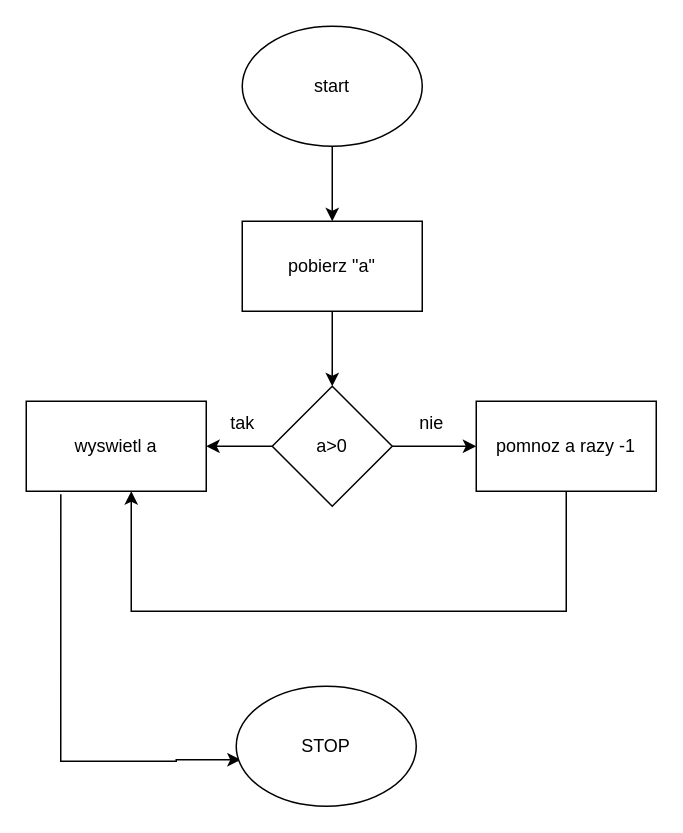
Earlier version of the draw.io diagram wartość.bezwzględna.drawio (cozpek/Algorytmy). Source tidied: cells renumbered, new cells numbered last; positions are measured from the earlier drawing's top-left corner, leaving out a move shared by most shapes. Both pictures are drawn from the tidied source at 150%, with x=0, y=0 at pixel (26, 26).
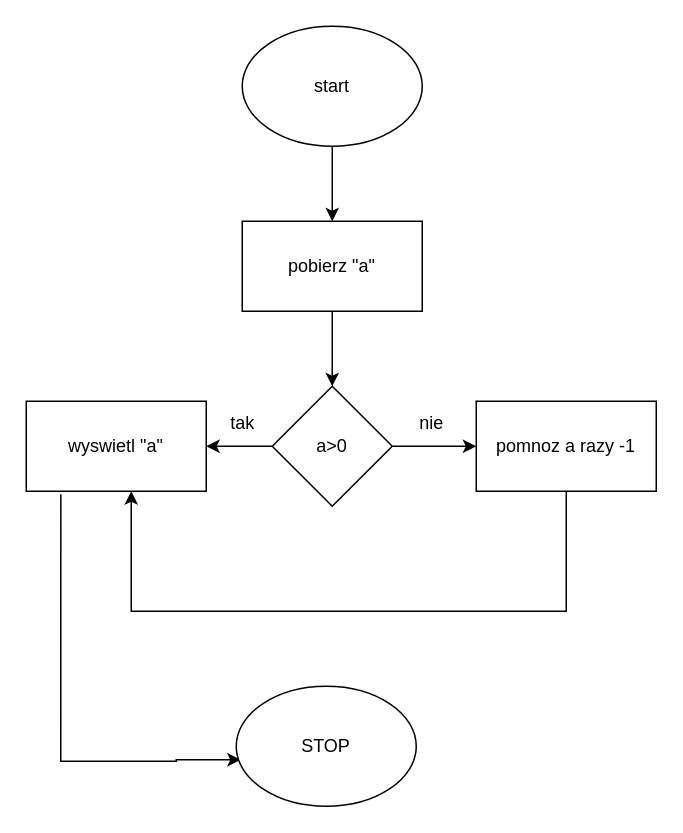
The same diagram, later.

Diff of the diagram source:
```diff
@@
-    <mxCell id="10" value="wyswietl a" style="rounded=0;whiteSpace=wrap;html=1;" parent="1" vertex="1">
+    <mxCell id="10" value="wyswietl &quot;a&quot;" style="rounded=0;whiteSpace=wrap;html=1;" parent="1" vertex="1">
       <mxGeometry y="250" width="120" height="60" as="geometry" />
     </mxCell>
```
